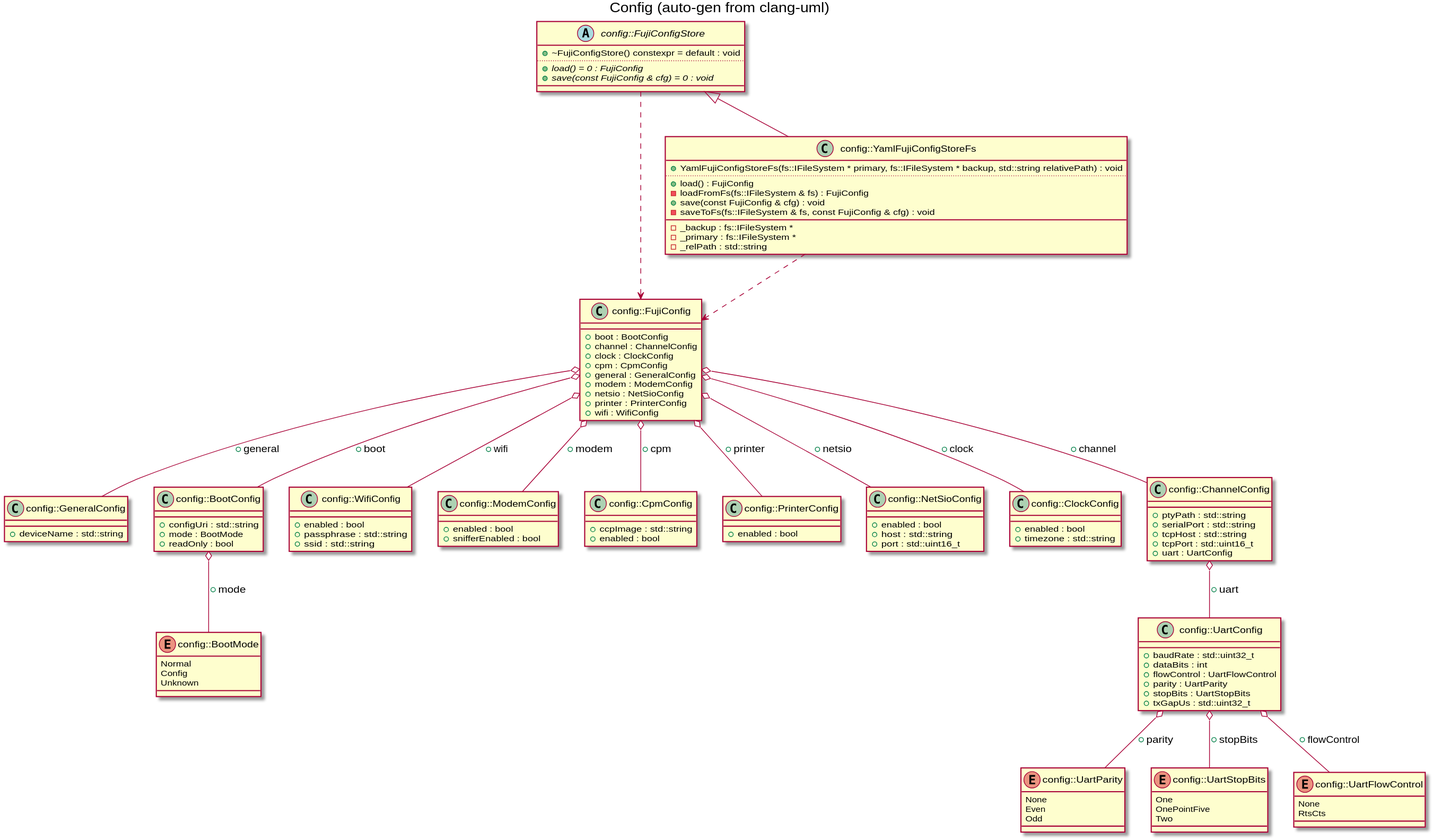
Above: docs/images/gen_config.svg in markjfisher/fujinet-nio (PlantUML), before the change.
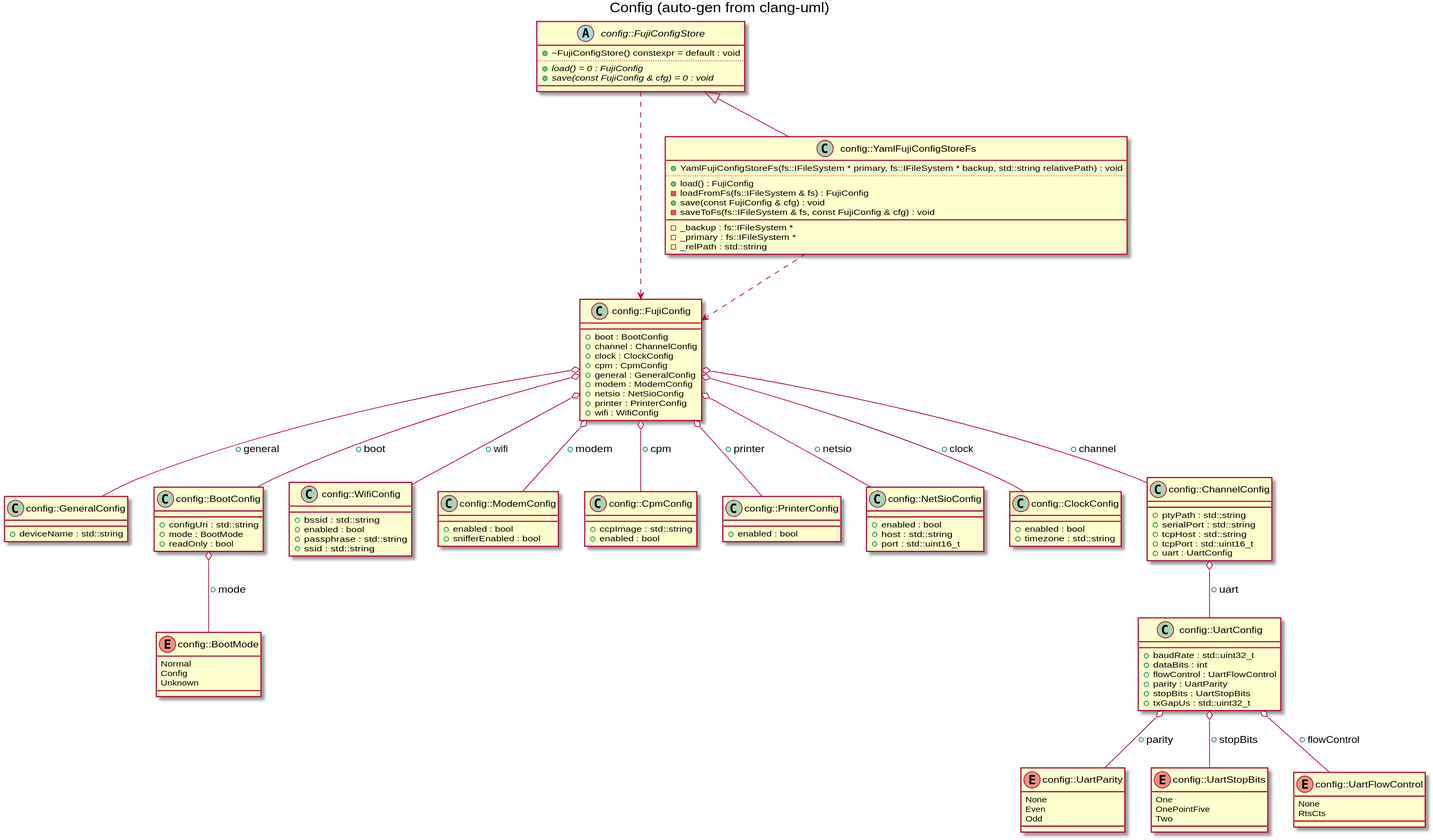
After the change.

Diff of the diagram source:
```diff
@@ -21,6 +21,7 @@
 class "config::WifiConfig" as C_0016905784937528219397
 class C_0016905784937528219397 {
 __
++bssid : std::string
 +enabled : bool
 +passphrase : std::string
 +ssid : std::string
```
